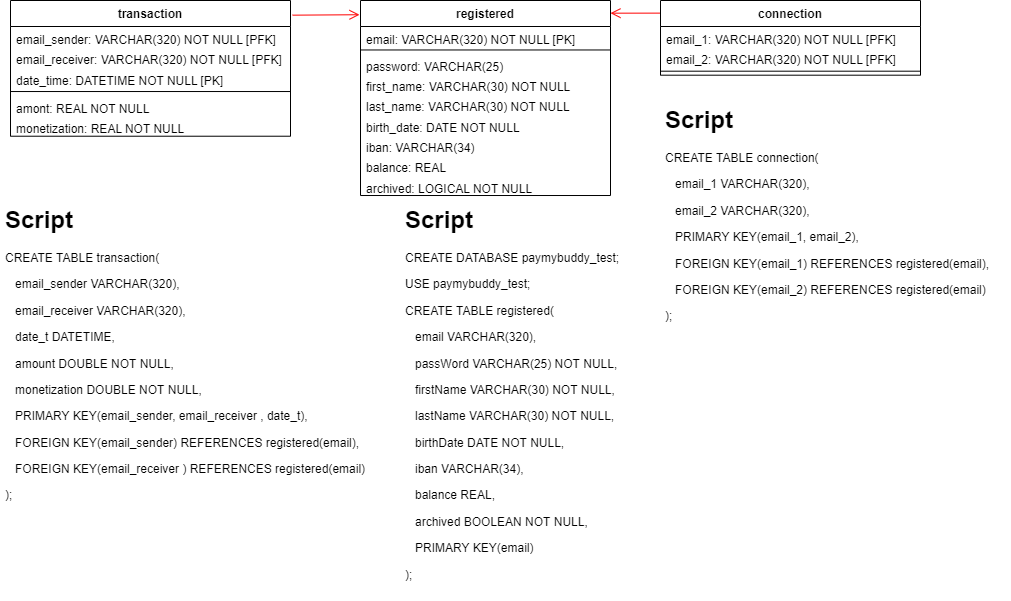
This is UML/payMyBuddyUML-MPD.drawio.png from emmo78/com.paymybuddy.paymybuddy, a draw.io export, as it was before one commit. Source tidied: cells renumbered, new cells last; positions are measured from the earlier drawing's top-left corner, leaving out a move shared by most shapes.
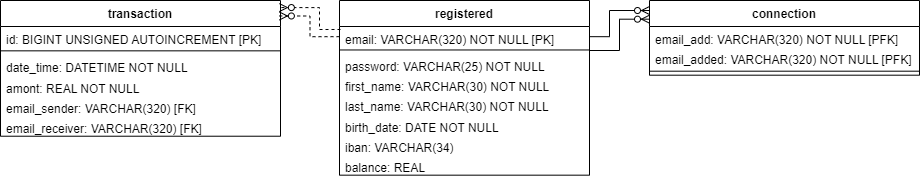
After the change.

Commit message:
feat : UML, MPD, MLD and README.MD

Change to the diagram source:
```diff
@@ -3,40 +3,40 @@
     <mxCell id="0" />
     <mxCell id="1" parent="0" />
     <mxCell id="2" value="transaction" style="swimlane;fontStyle=1;align=center;verticalAlign=top;horizontal=1;startSize=26;" parent="1" vertex="1">
-      <mxGeometry x="10" width="280" height="135.7" as="geometry" />
+      <mxGeometry x="11" width="280" height="135.7" as="geometry" />
     </mxCell>
+    <mxCell id="5" value="id: BIGINT UNSIGNED AUTOINCREMENT [PK]" style="text;strokeColor=none;fillColor=none;align=left;verticalAlign=top;spacingLeft=4;spacingRight=4;overflow=hidden;" parent="2" vertex="1">
+      <mxGeometry y="26" width="280" height="20.3" as="geometry" />
+    </mxCell>
+    <mxCell id="6" style="line;strokeWidth=1;fillColor=none;align=left;verticalAlign=middle;spacingTop=-1;spacingLeft=3;spacingRight=3;labelPosition=right;" parent="2" vertex="1">
+      <mxGeometry y="46.3" width="280" height="8" as="geometry" />
+    </mxCell>
+    <mxCell id="28" value="date_time: DATETIME NOT NULL " style="text;strokeColor=none;fillColor=none;align=left;verticalAlign=top;spacingLeft=4;spacingRight=4;overflow=hidden;" parent="2" vertex="1">
+      <mxGeometry y="54.3" width="280" height="20.3" as="geometry" />
+    </mxCell>
+    <mxCell id="7" value="amont: REAL NOT NULL" style="text;strokeColor=none;fillColor=none;align=left;verticalAlign=top;spacingLeft=4;spacingRight=4;overflow=hidden;" parent="2" vertex="1">
+      <mxGeometry y="74.7" width="280" height="20.3" as="geometry" />
+    </mxCell>
-    <mxCell id="3" value="email_sender: VARCHAR(320) NOT NULL [PFK]" style="text;strokeColor=none;fillColor=none;align=left;verticalAlign=top;spacingLeft=4;spacingRight=4;overflow=hidden;" parent="2" vertex="1">
-      <mxGeometry y="26" width="280" height="20.3" as="geometry" />
+    <mxCell id="3" value="email_sender: VARCHAR(320) [FK]" style="text;strokeColor=none;fillColor=none;align=left;verticalAlign=top;spacingLeft=4;spacingRight=4;overflow=hidden;" parent="2" vertex="1">
+      <mxGeometry y="95" width="280" height="20.3" as="geometry" />
     </mxCell>
-    <mxCell id="4" value="email_receiver: VARCHAR(320) NOT NULL [PFK]" style="text;strokeColor=none;fillColor=none;align=left;verticalAlign=top;spacingLeft=4;spacingRight=4;overflow=hidden;" parent="2" vertex="1">
-      <mxGeometry y="46.3" width="280" height="20.3" as="geometry" />
+    <mxCell id="4" value="email_receiver: VARCHAR(320) [FK]" style="text;strokeColor=none;fillColor=none;align=left;verticalAlign=top;spacingLeft=4;spacingRight=4;overflow=hidden;" parent="2" vertex="1">
+      <mxGeometry y="115.4" width="280" height="20.3" as="geometry" />
     </mxCell>
-    <mxCell id="5" value="date_time: DATETIME NOT NULL [PK]" style="text;strokeColor=none;fillColor=none;align=left;verticalAlign=top;spacingLeft=4;spacingRight=4;overflow=hidden;" parent="2" vertex="1">
-      <mxGeometry y="66.7" width="280" height="20.3" as="geometry" />
-    </mxCell>
-    <mxCell id="6" style="line;strokeWidth=1;fillColor=none;align=left;verticalAlign=middle;spacingTop=-1;spacingLeft=3;spacingRight=3;labelPosition=right;" parent="2" vertex="1">
-      <mxGeometry y="87" width="280" height="8" as="geometry" />
-    </mxCell>
-    <mxCell id="7" value="amont: REAL NOT NULL" style="text;strokeColor=none;fillColor=none;align=left;verticalAlign=top;spacingLeft=4;spacingRight=4;overflow=hidden;" parent="2" vertex="1">
-      <mxGeometry y="95" width="280" height="20.3" as="geometry" />
-    </mxCell>
-    <mxCell id="8" value="monetization: REAL NOT NULL" style="text;strokeColor=none;fillColor=none;align=left;verticalAlign=top;spacingLeft=4;spacingRight=4;overflow=hidden;" parent="2" vertex="1">
-      <mxGeometry y="115.4" width="280" height="20.3" as="geometry" />
-    </mxCell>
     <mxCell id="9" value="connection" style="swimlane;fontStyle=1;align=center;verticalAlign=top;horizontal=1;startSize=26;" parent="1" vertex="1">
-      <mxGeometry x="660" width="260" height="74.7" as="geometry" />
+      <mxGeometry x="660" width="270" height="74.7" as="geometry" />
     </mxCell>
-    <mxCell id="10" value="email_1: VARCHAR(320) NOT NULL [PFK]" style="text;strokeColor=none;fillColor=none;align=left;verticalAlign=top;spacingLeft=4;spacingRight=4;overflow=hidden;" parent="9" vertex="1">
-      <mxGeometry y="26" width="260" height="20.3" as="geometry" />
+    <mxCell id="10" value="email_add: VARCHAR(320) NOT NULL [PFK]" style="text;strokeColor=none;fillColor=none;align=left;verticalAlign=top;spacingLeft=4;spacingRight=4;overflow=hidden;" parent="9" vertex="1">
+      <mxGeometry y="26" width="270" height="20.3" as="geometry" />
     </mxCell>
-    <mxCell id="11" value="email_2: VARCHAR(320) NOT NULL [PFK]" style="text;strokeColor=none;fillColor=none;align=left;verticalAlign=top;spacingLeft=4;spacingRight=4;overflow=hidden;" parent="9" vertex="1">
-      <mxGeometry y="46.3" width="260" height="20.3" as="geometry" />
+    <mxCell id="11" value="email_added: VARCHAR(320) NOT NULL [PFK]" style="text;strokeColor=none;fillColor=none;align=left;verticalAlign=top;spacingLeft=4;spacingRight=4;overflow=hidden;" parent="9" vertex="1">
+      <mxGeometry y="46.3" width="270" height="20.3" as="geometry" />
     </mxCell>
     <mxCell id="12" style="line;strokeWidth=1;fillColor=none;align=left;verticalAlign=middle;spacingTop=-1;spacingLeft=3;spacingRight=3;labelPosition=right;" parent="9" vertex="1">
-      <mxGeometry y="66.7" width="260" height="8" as="geometry" />
+      <mxGeometry y="66.7" width="270" height="8" as="geometry" />
     </mxCell>
     <mxCell id="13" value="registered" style="swimlane;fontStyle=1;align=center;verticalAlign=top;horizontal=1;startSize=26;" parent="1" vertex="1">
-      <mxGeometry x="360" width="250" height="195" as="geometry" />
+      <mxGeometry x="350" width="250" height="174.7" as="geometry" />
     </mxCell>
     <mxCell id="14" value="email: VARCHAR(320) NOT NULL [PK]" style="text;strokeColor=none;fillColor=none;align=left;verticalAlign=top;spacingLeft=4;spacingRight=4;overflow=hidden;points=[[0,0.5],[1,0.5]];portConstraint=eastwest;" parent="13" vertex="1">
       <mxGeometry y="26" width="250" height="20.3" as="geometry" />
@@ -44,7 +44,7 @@
     <mxCell id="15" style="line;strokeWidth=1;fillColor=none;align=left;verticalAlign=middle;spacingTop=-1;spacingLeft=3;spacingRight=3;labelPosition=right;" parent="13" vertex="1">
       <mxGeometry y="46.3" width="250" height="6.3" as="geometry" />
     </mxCell>
-    <mxCell id="16" value="password: VARCHAR(25)" style="text;strokeColor=none;fillColor=none;align=left;verticalAlign=top;spacingLeft=4;spacingRight=4;overflow=hidden;points=[[0,0.5],[1,0.5]];portConstraint=eastwest;" parent="13" vertex="1">
+    <mxCell id="16" value="password: VARCHAR(25) NOT NULL" style="text;strokeColor=none;fillColor=none;align=left;verticalAlign=top;spacingLeft=4;spacingRight=4;overflow=hidden;points=[[0,0.5],[1,0.5]];portConstraint=eastwest;" parent="13" vertex="1">
       <mxGeometry y="52.6" width="250" height="20.3" as="geometry" />
     </mxCell>
     <mxCell id="17" value="first_name: VARCHAR(30) NOT NULL" style="text;strokeColor=none;fillColor=none;align=left;verticalAlign=top;spacingLeft=4;spacingRight=4;overflow=hidden;" parent="13" vertex="1">
@@ -62,23 +62,27 @@
     <mxCell id="21" value="balance: REAL" style="text;strokeColor=none;fillColor=none;align=left;verticalAlign=top;spacingLeft=4;spacingRight=4;overflow=hidden;" parent="13" vertex="1">
       <mxGeometry y="154.3" width="250" height="20.3" as="geometry" />
     </mxCell>
-    <mxCell id="22" value="archived: LOGICAL NOT NULL" style="text;strokeColor=none;fillColor=none;align=left;verticalAlign=top;spacingLeft=4;spacingRight=4;overflow=hidden;" parent="13" vertex="1">
-      <mxGeometry y="174.7" width="250" height="20.3" as="geometry" />
-    </mxCell>
-    <mxCell id="23" style="endArrow=open;startArrow=none;endFill=0;startFill=0;endSize=8;html=1;verticalAlign=bottom;labelBackgroundColor=none;strokeWidth=1;rounded=0;strokeColor=#FF0000;exitX=1.007;exitY=0.108;exitDx=0;exitDy=0;exitPerimeter=0;entryX=-0.004;entryY=0.073;entryDx=0;entryDy=0;entryPerimeter=0;" parent="1" edge="1" source="2" target="13">
-      <mxGeometry relative="1" as="geometry" />
-    </mxCell>
-    <mxCell id="24" style="endArrow=open;startArrow=none;endFill=0;startFill=0;endSize=8;html=1;verticalAlign=bottom;labelBackgroundColor=none;strokeWidth=1;rounded=0;strokeColor=#FF0000;exitX=-0.002;exitY=0.169;exitDx=0;exitDy=0;exitPerimeter=0;entryX=1;entryY=0.065;entryDx=0;entryDy=0;entryPerimeter=0;" parent="1" edge="1" source="9" target="13">
-      <mxGeometry relative="1" as="geometry" />
-    </mxCell>
-    <mxCell id="25" value="&lt;h1&gt;Script&lt;/h1&gt;&lt;p&gt;CREATE DATABASE paymybuddy_test;&lt;/p&gt;&lt;p&gt;USE&amp;nbsp;paymybuddy_test;&lt;/p&gt;&lt;p&gt;CREATE TABLE registered(&lt;/p&gt;&lt;p&gt;&amp;nbsp; &amp;nbsp;email VARCHAR(320),&lt;/p&gt;&lt;p&gt;&amp;nbsp; &amp;nbsp;passWord VARCHAR(25) NOT NULL,&lt;/p&gt;&lt;p&gt;&amp;nbsp; &amp;nbsp;firstName VARCHAR(30) NOT NULL,&lt;/p&gt;&lt;p&gt;&amp;nbsp; &amp;nbsp;lastName VARCHAR(30) NOT NULL,&lt;/p&gt;&lt;p&gt;&amp;nbsp; &amp;nbsp;birthDate DATE NOT NULL,&lt;/p&gt;&lt;p&gt;&amp;nbsp; &amp;nbsp;iban VARCHAR(34),&lt;/p&gt;&lt;p&gt;&amp;nbsp; &amp;nbsp;balance REAL,&lt;/p&gt;&lt;p&gt;&amp;nbsp; &amp;nbsp;archived BOOLEAN NOT NULL,&lt;/p&gt;&lt;p&gt;&amp;nbsp; &amp;nbsp;PRIMARY KEY(email)&lt;/p&gt;&lt;p&gt;);&lt;/p&gt;" style="text;html=1;strokeColor=none;fillColor=none;spacing=5;spacingTop=-20;whiteSpace=wrap;overflow=hidden;rounded=0;" parent="1" vertex="1">
-      <mxGeometry x="400" y="200" width="245" height="400" as="geometry" />
-    </mxCell>
-    <mxCell id="26" value="&lt;h1&gt;Script&lt;/h1&gt;&lt;p&gt;CREATE TABLE connection(&lt;/p&gt;&lt;p&gt;&amp;nbsp; &amp;nbsp;email_1&amp;nbsp;VARCHAR(320),&lt;/p&gt;&lt;p&gt;&amp;nbsp; &amp;nbsp;email_2 VARCHAR(320),&lt;/p&gt;&lt;p&gt;&amp;nbsp; &amp;nbsp;PRIMARY KEY(email_1, email_2),&lt;/p&gt;&lt;p&gt;&amp;nbsp; &amp;nbsp;FOREIGN KEY(email_1) REFERENCES registered(email),&lt;/p&gt;&lt;p&gt;&amp;nbsp; &amp;nbsp;FOREIGN KEY(email_2) REFERENCES registered(email)&lt;/p&gt;&lt;p&gt;);&lt;/p&gt;&lt;div&gt;&lt;br&gt;&lt;/div&gt;" style="text;html=1;strokeColor=none;fillColor=none;spacing=5;spacingTop=-20;whiteSpace=wrap;overflow=hidden;rounded=0;" parent="1" vertex="1">
-      <mxGeometry x="660" y="100" width="350" height="230" as="geometry" />
-    </mxCell>
-    <mxCell id="27" value="&lt;h1&gt;Script&lt;/h1&gt;&lt;p&gt;CREATE TABLE transaction(&lt;/p&gt;&lt;p&gt;&amp;nbsp; &amp;nbsp;email_sender VARCHAR(320),&lt;/p&gt;&lt;p&gt;&amp;nbsp; &amp;nbsp;email_receiver VARCHAR(320),&lt;/p&gt;&lt;p&gt;&amp;nbsp; &amp;nbsp;date_t DATETIME,&lt;/p&gt;&lt;p&gt;&amp;nbsp; &amp;nbsp;amount DOUBLE NOT NULL,&lt;/p&gt;&lt;p&gt;&amp;nbsp; &amp;nbsp;monetization DOUBLE NOT NULL,&lt;/p&gt;&lt;p&gt;&amp;nbsp; &amp;nbsp;PRIMARY KEY(email_sender, email_receiver , date_t),&lt;/p&gt;&lt;p&gt;&amp;nbsp; &amp;nbsp;FOREIGN KEY(email_sender) REFERENCES registered(email),&lt;/p&gt;&lt;p&gt;&amp;nbsp; &amp;nbsp;FOREIGN KEY(email_receiver&amp;nbsp;) REFERENCES registered(email)&lt;/p&gt;&lt;p&gt;);&lt;/p&gt;&lt;div&gt;&lt;br&gt;&lt;/div&gt;" style="text;html=1;strokeColor=none;fillColor=none;spacing=5;spacingTop=-20;whiteSpace=wrap;overflow=hidden;rounded=0;" parent="1" vertex="1">
-      <mxGeometry y="200" width="380" height="330" as="geometry" />
-    </mxCell>
+    <mxCell id="29" style="fontSize=12;html=1;endArrow=ERzeroToMany;endFill=1;rounded=0;strokeColor=#000000;entryX=0;entryY=0.134;entryDx=0;entryDy=0;entryPerimeter=0;exitX=1;exitY=0.5;exitDx=0;exitDy=0;edgeStyle=orthogonalEdgeStyle;" parent="1" edge="1" source="14" target="9">
+      <mxGeometry relative="1" as="geometry">
+        <Array as="points">
+          <mxPoint x="620" y="36" />
+          <mxPoint x="620" y="10" />
+        </Array>
+      </mxGeometry>
+    </mxCell>
+    <mxCell id="30" style="fontSize=12;html=1;endArrow=ERzeroToMany;endFill=1;rounded=0;strokeColor=#000000;entryX=0;entryY=0.25;entryDx=0;entryDy=0;exitX=1;exitY=-0.128;exitDx=0;exitDy=0;exitPerimeter=0;edgeStyle=orthogonalEdgeStyle;" parent="1" edge="1" source="16" target="9">
+      <mxGeometry relative="1" as="geometry" />
+    </mxCell>
+    <mxCell id="31" style="fontSize=12;html=1;endArrow=ERzeroToMany;endFill=1;rounded=0;strokeColor=#000000;entryX=0.996;entryY=0.052;entryDx=0;entryDy=0;exitX=0.004;exitY=0.147;exitDx=0;exitDy=0;exitPerimeter=0;entryPerimeter=0;dashed=1;edgeStyle=orthogonalEdgeStyle;" parent="1" edge="1" source="14" target="2">
+      <mxGeometry relative="1" as="geometry">
+        <Array as="points">
+          <mxPoint x="330" y="29" />
+          <mxPoint x="330" y="7" />
+        </Array>
+      </mxGeometry>
+    </mxCell>
+    <mxCell id="32" style="fontSize=12;html=1;endArrow=ERzeroToMany;endFill=1;rounded=0;strokeColor=#000000;entryX=0.996;entryY=0.114;entryDx=0;entryDy=0;entryPerimeter=0;dashed=1;exitX=0;exitY=0.5;exitDx=0;exitDy=0;edgeStyle=orthogonalEdgeStyle;" parent="1" edge="1" source="14" target="2">
+      <mxGeometry relative="1" as="geometry" />
+    </mxCell>
   </root>
 </mxGraphModel>
```
